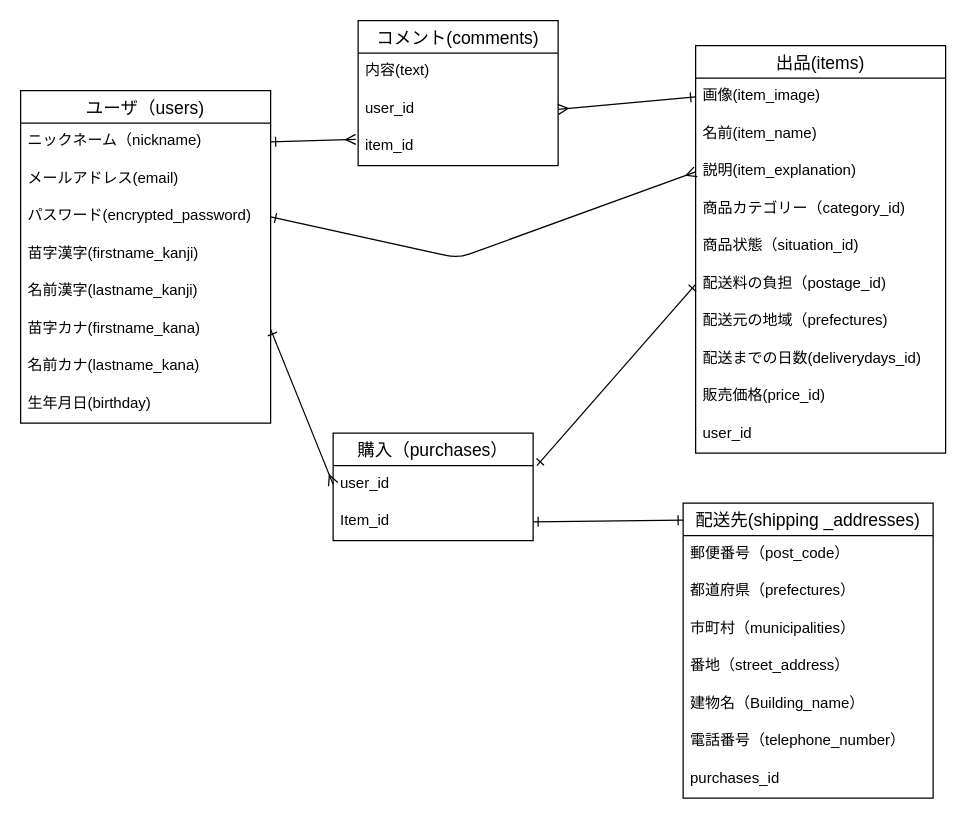
masaki-yosida/furima-40042 keeps this draw.io diagram as ER.dio. Above is the earlier version. Source tidied: cells renumbered, new cells numbered last; positions are measured from the earlier drawing's top-left corner, leaving out a move shared by most shapes. Both pictures are drawn from the tidied source at 125%, with x=0, y=0 at pixel (20, 20).
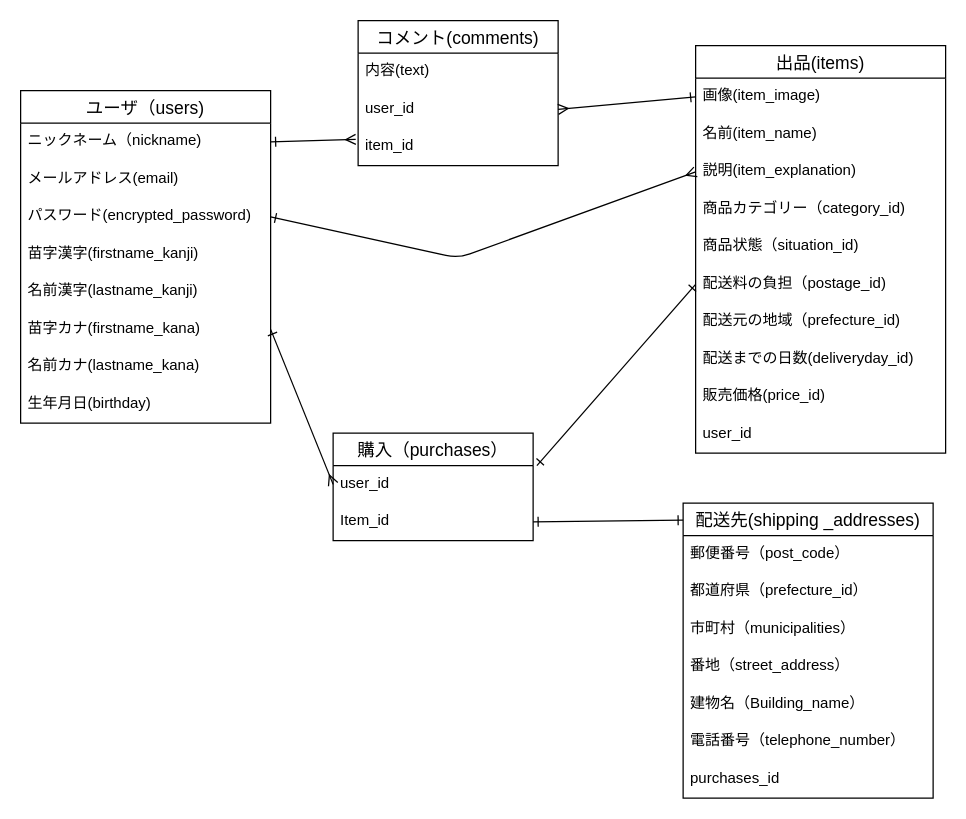
The same page after the edit.

The change refers to these unchanged cells:
```xml
<mxCell id="15" value="出品(items)" style="swimlane;fontStyle=0;horizontal=1;startSize=26;align=center;fontSize=14;" parent="1" vertex="1">
  <mxGeometry x="540" y="20" width="200" height="326" as="geometry" />
</mxCell>
<mxCell id="29" value="配送先(shipping _addresses)" style="swimlane;fontStyle=0;horizontal=1;startSize=26;align=center;fontSize=14;" parent="1" vertex="1">
  <mxGeometry x="530" y="386" width="200" height="236" as="geometry" />
</mxCell>
```

Change to the diagram source:
```diff
@@
-    <mxCell id="22" value="配送元の地域（prefectures)&#10;" style="text;strokeColor=none;fillColor=none;spacingLeft=4;spacingRight=4;overflow=hidden;fontSize=12;" parent="15" vertex="1">
+    <mxCell id="22" value="配送元の地域（prefecture_id)&#10;" style="text;strokeColor=none;fillColor=none;spacingLeft=4;spacingRight=4;overflow=hidden;fontSize=12;" parent="15" vertex="1">
       <mxGeometry y="206" width="200" height="30" as="geometry" />
     </mxCell>
-    <mxCell id="23" value="配送までの日数(deliverydays_id)" style="text;strokeColor=none;fillColor=none;spacingLeft=4;spacingRight=4;overflow=hidden;fontSize=12;" parent="15" vertex="1">
+    <mxCell id="23" value="配送までの日数(deliveryday_id)" style="text;strokeColor=none;fillColor=none;spacingLeft=4;spacingRight=4;overflow=hidden;fontSize=12;" parent="15" vertex="1">
       <mxGeometry y="236" width="200" height="30" as="geometry" />
     </mxCell>
@@
-    <mxCell id="31" value="都道府県（prefectures）" style="text;strokeColor=none;fillColor=none;spacingLeft=4;spacingRight=4;overflow=hidden;fontSize=12;" parent="29" vertex="1">
+    <mxCell id="31" value="都道府県（prefecture_id）" style="text;strokeColor=none;fillColor=none;spacingLeft=4;spacingRight=4;overflow=hidden;fontSize=12;" parent="29" vertex="1">
       <mxGeometry y="56" width="200" height="30" as="geometry" />
     </mxCell>
```
